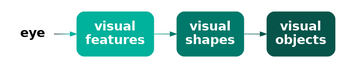
pmur002/hdvw keeps this Graphviz diagram as Diagrams/visual-processing.png. Above is the earlier version. Its source is kept beside it as Diagrams/visual-processing.dot.
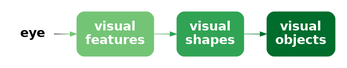
After the commit.

Diff of the diagram source:
```diff
@@ -3,12 +3,12 @@
   node [ fontsize=20; fontname="sans bold"; margin=.2 ];
   eye [ label="eye"; shape=none; ]
   basic [ label="visual\nfeatures"; shape=box;
-       style="filled, rounded"; penwidth=0; fontcolor=white; fillcolor="#00B19B" ]
+       style="filled, rounded"; penwidth=0; fontcolor=white; fillcolor="#74C476" ]
   shapes [ label="visual\nshapes"; shape=box;
-        style="filled, rounded"; penwidth=0; fontcolor=white; fillcolor="#00796A" ]
+        style="filled, rounded"; penwidth=0; fontcolor=white; fillcolor="#31A354" ]
   objects [ label="visual\nobjects"; shape=box;
-         style="filled, rounded"; penwidth=0; fontcolor=white; fillcolor="#07544A" ]
-  eye -> basic [ color="#000000;0.1:#001411;0.1:#002722;0.1:#003B34;0.1:#004F45;0.1:#006256;0.1:#007667;0.1:#008A79;0.1:#009D8A;0.1:#00B19B;0.1" ]
-  basic -> shapes [ color="#00B19B;0.1:#00AB96;0.1:#00A590;0.1:#009E8B;0.1:#009885;0.1:#009280;0.1:#008C7A;0.1:#008575;0.1:#007F6F;0.1:#00796A;0.1" ]
-  shapes -> objects [ color="#00796A;0.1:#017566;0.1:#027163;0.1:#026D5F;0.1:#03695C;0.1:#046458;0.1:#056055;0.1:#055C51;0.1:#06584E;0.1:#07544A;0.1" ]
+         style="filled, rounded"; penwidth=0; fontcolor=white; fillcolor="#006D2C" ]
+  eye -> basic [ color="#000000;0.1:#0D160D;0.1:#1A2C1A;0.1:#274127;0.1:#345734;0.1:#406D42;0.1:#4D834F;0.1:#5A985C;0.1:#67AE69;0.1:#74C476;0.1" ]
+  basic -> shapes [ color="#74C476;0.1:#6DC072;0.1:#65BD6E;0.1:#5EB96B;0.1:#56B567;0.1:#4FB263;0.1:#47AE5F;0.1:#40AA5C;0.1:#38A758;0.1:#31A354;0.1" ]
+  shapes -> objects [ color="#31A354;0.1:#2C9D50;0.1:#26974B;0.1:#219147;0.1:#1B8B42;0.1:#16853E;0.1:#107F39;0.1:#0B7935;0.1:#057330;0.1:#006D2C;0.1" ]
 }
```
